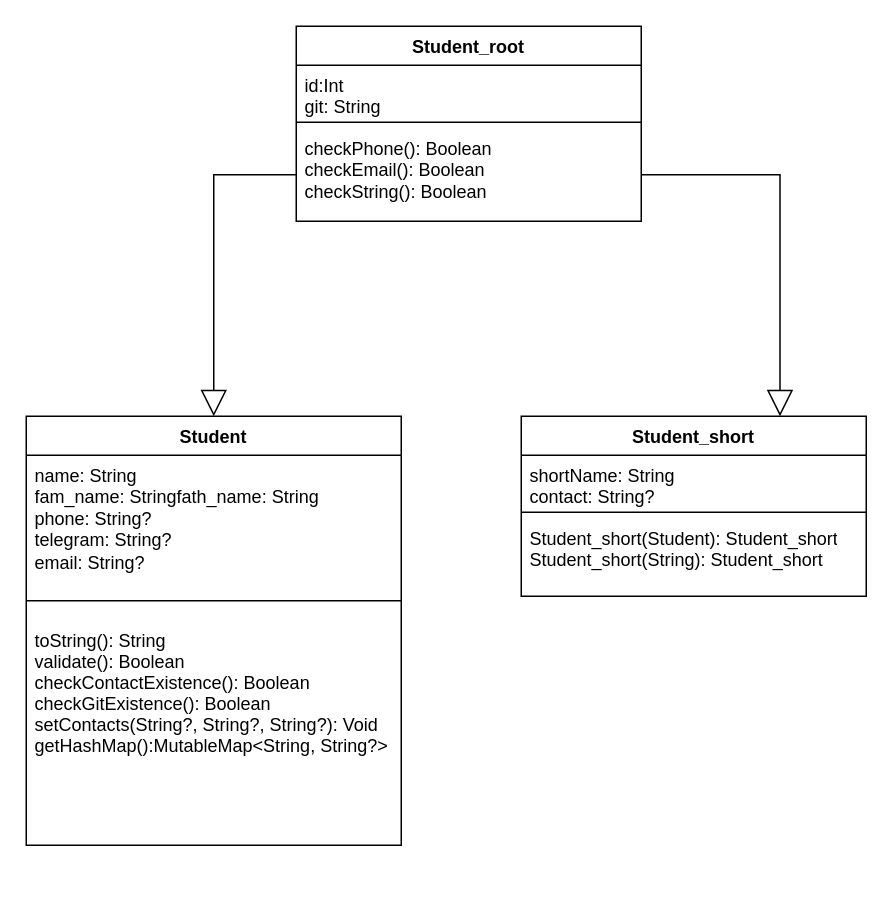
This is Diagram.drawio from Nakoren/Study-patterns, a draw.io file, before an edit. Source tidied: cells renumbered, new cells numbered last; positions are measured from the earlier drawing's top-left corner, leaving out a move shared by most shapes. Both pictures are drawn from the tidied source at 150%, with x=0, y=0 at pixel (26, 26).
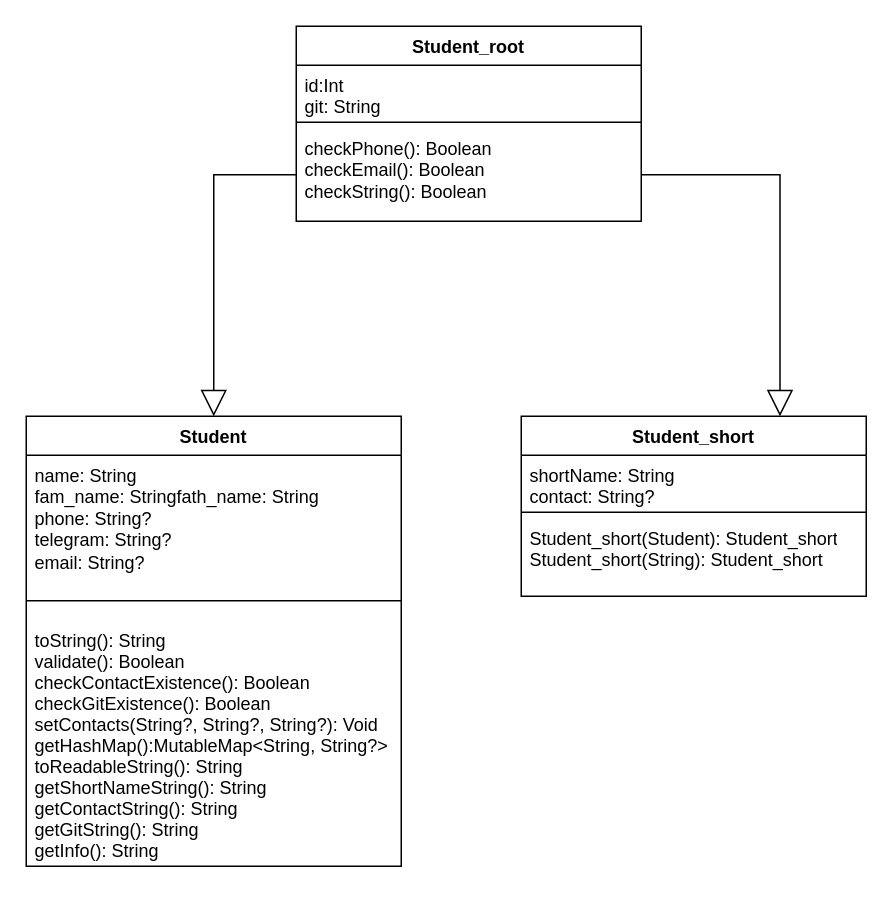
The same page after the edit.

Diff of the diagram source:
```diff
@@
 <mxGraphModel>
   <root>
     <mxCell id="0" />
     <mxCell id="1" parent="0" />
     <mxCell id="2" value="Student" style="swimlane;fontStyle=1;align=center;verticalAlign=top;horizontal=1;startSize=26;rounded=0;shadow=0;strokeWidth=1;" parent="1" vertex="1">
-      <mxGeometry y="260" width="250" height="286" as="geometry" />
+      <mxGeometry y="260" width="250" height="300" as="geometry" />
     </mxCell>
     <mxCell id="3" value="&lt;div&gt;&lt;span style=&quot;background-color: initial;&quot;&gt;name: String&lt;/span&gt;&lt;br&gt;&lt;/div&gt;fam_name: Stringfath_name: String&lt;br&gt;phone: String?&lt;br&gt;telegram: String?&lt;br&gt;email: String?" style="text;align=left;verticalAlign=top;spacingLeft=4;spacingRight=4;overflow=hidden;rounded=0;shadow=0;html=1;" parent="2" vertex="1">
       <mxGeometry y="26" width="250" height="84" as="geometry" />
     </mxCell>
     <mxCell id="4" style="line;html=1;strokeWidth=1;align=left;verticalAlign=middle;spacingTop=-1;spacingLeft=3;spacingRight=3;labelPosition=right;" parent="2" vertex="1">
       <mxGeometry y="110" width="250" height="26" as="geometry" />
     </mxCell>
-    <mxCell id="5" value="toString(): String&#10;validate(): Boolean&#10;checkContactExistence(): Boolean&#10;checkGitExistence(): Boolean&#10;setContacts(String?, String?, String?): Void&#10;getHashMap():MutableMap&lt;String, String?&gt;&#10;" style="text;align=left;verticalAlign=top;spacingLeft=4;spacingRight=4;overflow=hidden;" parent="2" vertex="1">
-      <mxGeometry y="136" width="250" height="104" as="geometry" />
+    <mxCell id="5" value="toString(): String&#10;validate(): Boolean&#10;checkContactExistence(): Boolean&#10;checkGitExistence(): Boolean&#10;setContacts(String?, String?, String?): Void&#10;getHashMap():MutableMap&lt;String, String?&gt;&#10;toReadableString(): String&#10;getShortNameString(): String&#10;getContactString(): String&#10;getGitString(): String&#10;getInfo(): String&#10;&#10;" style="text;align=left;verticalAlign=top;spacingLeft=4;spacingRight=4;overflow=hidden;" parent="2" vertex="1">
+      <mxGeometry y="136" width="250" height="164" as="geometry" />
     </mxCell>
     <mxCell id="6" value="Student_short" style="swimlane;fontStyle=1;align=center;verticalAlign=top;horizontal=1;startSize=26;whiteSpace=wrap;html=1;" parent="1" vertex="1">
       <mxGeometry x="330" y="260" width="230" height="120" as="geometry" />
     </mxCell>
     <mxCell id="7" value="&lt;div&gt;&lt;span style=&quot;background-color: initial;&quot;&gt;shortName: String&lt;/span&gt;&lt;br&gt;&lt;/div&gt;&lt;div&gt;contact: String?&lt;/div&gt;" style="text;strokeColor=none;fillColor=none;align=left;verticalAlign=top;spacingLeft=4;spacingRight=4;overflow=hidden;whiteSpace=wrap;html=1;" parent="6" vertex="1">
       <mxGeometry y="26" width="230" height="34" as="geometry" />
     </mxCell>
     <mxCell id="8" style="line;strokeWidth=1;fillColor=none;align=left;verticalAlign=middle;spacingTop=-1;spacingLeft=3;spacingRight=3;labelPosition=right;strokeColor=inherit;" parent="6" vertex="1">
       <mxGeometry y="60" width="230" height="8" as="geometry" />
     </mxCell>
     <mxCell id="9" value="&lt;div&gt;&lt;span style=&quot;text-wrap: nowrap;&quot;&gt;Student_short(Student): Student_short&lt;/span&gt;&lt;/div&gt;&lt;div&gt;&lt;span style=&quot;text-wrap: nowrap;&quot;&gt;Student_short(String): Student_short&lt;/span&gt;&lt;/div&gt;" style="text;strokeColor=none;fillColor=none;align=left;verticalAlign=top;spacingLeft=4;spacingRight=4;overflow=hidden;whiteSpace=wrap;html=1;" parent="6" vertex="1">
       <mxGeometry y="68" width="230" height="52" as="geometry" />
     </mxCell>
     <mxCell id="10" value="Student_root" style="swimlane;fontStyle=1;align=center;verticalAlign=top;horizontal=1;startSize=26;whiteSpace=wrap;html=1;" parent="1" vertex="1">
       <mxGeometry x="180" width="230" height="130" as="geometry" />
     </mxCell>
     <mxCell id="11" value="&lt;div&gt;id:Int&amp;nbsp;&lt;/div&gt;&lt;div&gt;git: String&lt;/div&gt;" style="text;strokeColor=none;fillColor=none;align=left;verticalAlign=top;spacingLeft=4;spacingRight=4;overflow=hidden;whiteSpace=wrap;html=1;" parent="10" vertex="1">
       <mxGeometry y="26" width="230" height="34" as="geometry" />
     </mxCell>
     <mxCell id="12" style="line;strokeWidth=1;fillColor=none;align=left;verticalAlign=middle;spacingTop=-1;spacingLeft=3;spacingRight=3;labelPosition=right;strokeColor=inherit;" parent="10" vertex="1">
       <mxGeometry y="60" width="230" height="8" as="geometry" />
     </mxCell>
     <mxCell id="13" value="&lt;span style=&quot;text-wrap: nowrap;&quot;&gt;checkPhone(): Boolean&lt;/span&gt;&lt;br style=&quot;padding: 0px; margin: 0px; text-wrap: nowrap;&quot;&gt;&lt;span style=&quot;text-wrap: nowrap;&quot;&gt;checkEmail(): Boolean&lt;/span&gt;&lt;br style=&quot;padding: 0px; margin: 0px; text-wrap: nowrap;&quot;&gt;&lt;span style=&quot;text-wrap: nowrap;&quot;&gt;checkString(): Boolean&lt;/span&gt;" style="text;strokeColor=none;fillColor=none;align=left;verticalAlign=top;spacingLeft=4;spacingRight=4;overflow=hidden;points=[[0,0.5],[1,0.5]];portConstraint=eastwest;whiteSpace=wrap;html=1;" parent="10" vertex="1">
       <mxGeometry y="68" width="230" height="62" as="geometry" />
     </mxCell>
     <mxCell id="14" style="edgeStyle=orthogonalEdgeStyle;rounded=0;jettySize=auto;html=1;entryX=0.5;entryY=0;entryDx=0;entryDy=0;endArrow=block;endFill=0;endSize=15;" parent="1" edge="1" source="13" target="2">
       <mxGeometry relative="1" as="geometry" />
     </mxCell>
     <mxCell id="15" style="edgeStyle=orthogonalEdgeStyle;rounded=0;jettySize=auto;html=1;entryX=0.75;entryY=0;entryDx=0;entryDy=0;endArrow=block;endFill=0;endSize=15;" parent="1" edge="1" source="13" target="6">
       <mxGeometry relative="1" as="geometry" />
     </mxCell>
   </root>
 </mxGraphModel>
```
